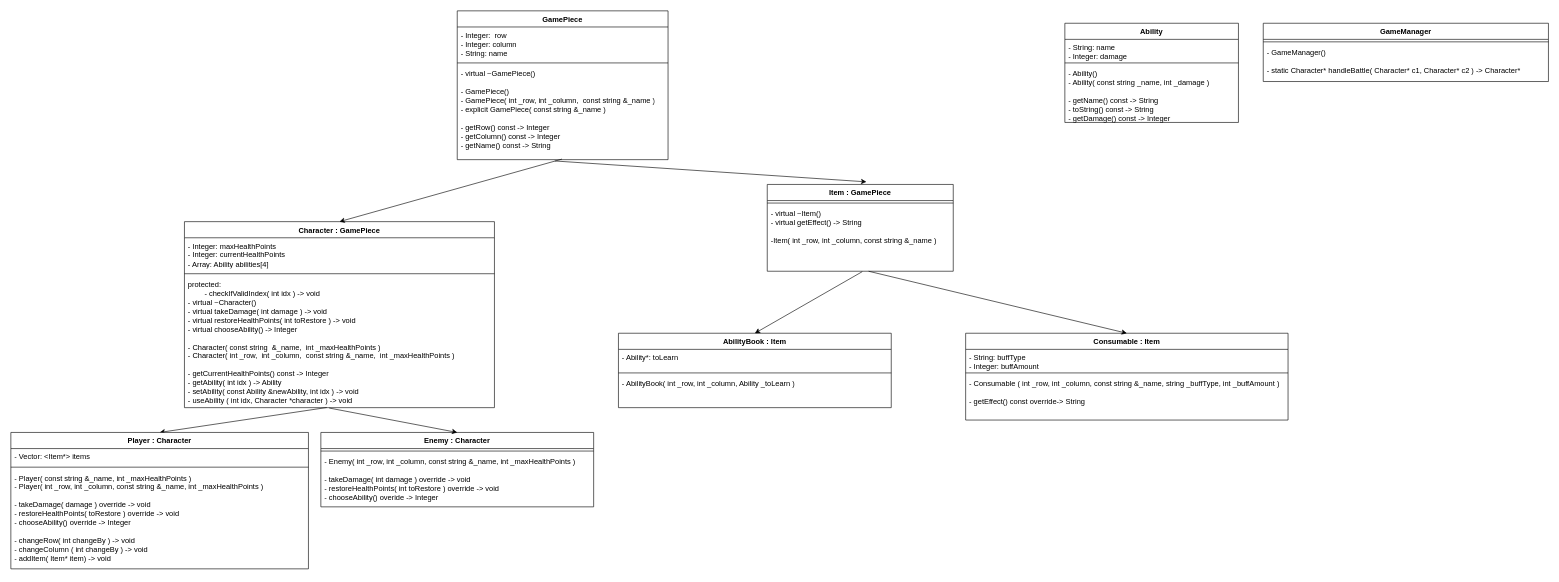
Earlier version of the draw.io diagram cli_game.drawio (klovelace21/cli_game). Source tidied: cells renumbered, new cells numbered last; positions are measured from the earlier drawing's top-left corner, leaving out a move shared by most shapes. Both pictures are drawn from the tidied source at 62%, with x=0, y=0 at pixel (11, 11).
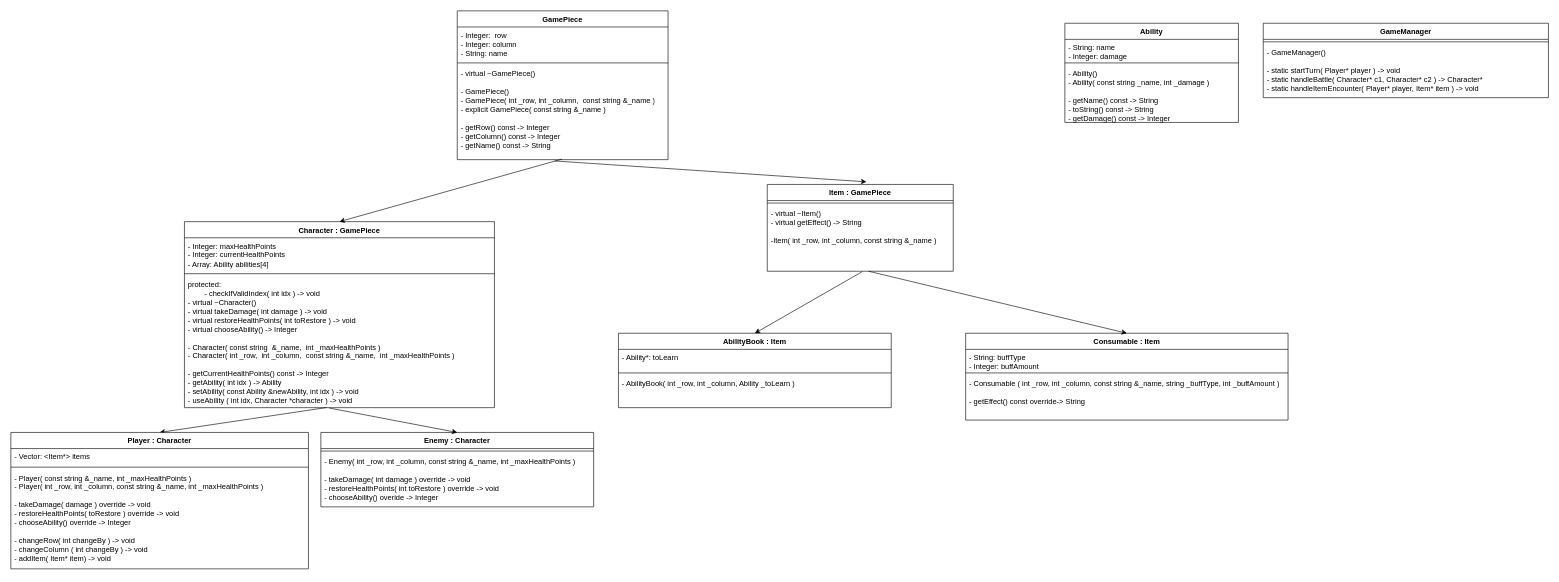
Above is the later version.

Commit message (it also covers changes not shown here):
GameManager startTurn init

Diff of the diagram source:
```diff
@@
     <mxCell id="38" value="GameManager" style="swimlane;fontStyle=1;align=center;verticalAlign=top;horizontal=1;startSize=26;whiteSpace=wrap;html=1;" parent="1" vertex="1">
-      <mxGeometry x="2020" y="20" width="460" height="94" as="geometry" />
+      <mxGeometry x="2020" y="20" width="460" height="120" as="geometry" />
     </mxCell>
@@
-    <mxCell id="40" value="- GameManager()&lt;br&gt;&lt;br&gt;- static Character* handleBattle( Character* c1, Character* c2 ) -&amp;gt; Character*&lt;br&gt;" style="text;strokeColor=none;fillColor=none;align=left;verticalAlign=top;spacingLeft=4;spacingRight=4;overflow=hidden;whiteSpace=wrap;html=1;" parent="38" vertex="1">
-      <mxGeometry y="34" width="460" height="60" as="geometry" />
+    <mxCell id="40" value="- GameManager()&lt;br&gt;&lt;br&gt;- static startTurn( Player* player ) -&amp;gt; void&lt;br&gt;- static handleBattle( Character* c1, Character* c2 ) -&amp;gt; Character*&lt;br&gt;- static handleItemEncounter( Player* player, Item* item ) -&amp;gt; void" style="text;strokeColor=none;fillColor=none;align=left;verticalAlign=top;spacingLeft=4;spacingRight=4;overflow=hidden;whiteSpace=wrap;html=1;" parent="38" vertex="1">
+      <mxGeometry y="34" width="460" height="86" as="geometry" />
     </mxCell>
```
